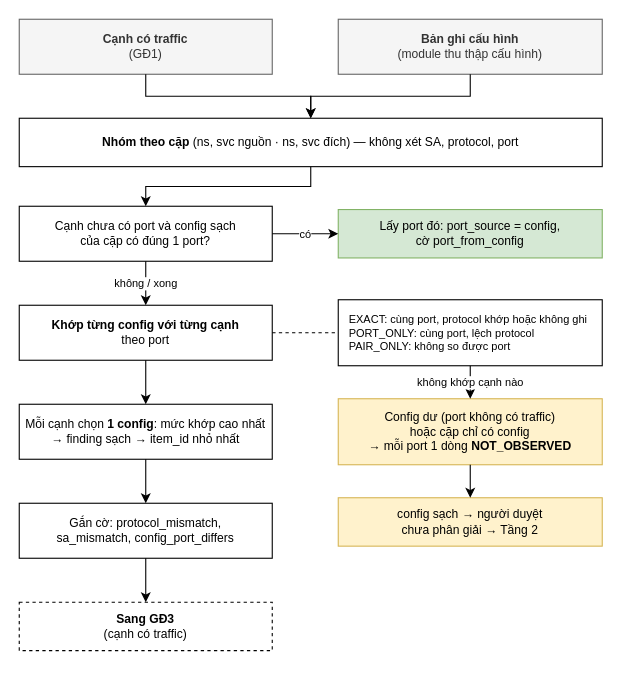
Before: page "T1 GD2 Ghep cau hinh" (2 of 4) of docs/diagrams/tier1_4_giai_doan.drawio in biniter1/KLTN, a draw.io diagram. Source tidied: cells renumbered, new cells numbered last; positions are measured from the earlier drawing's top-left corner, leaving out a move shared by most shapes. Both pictures are drawn from the tidied source at 110%, with x=0, y=0 at pixel (19, 19).
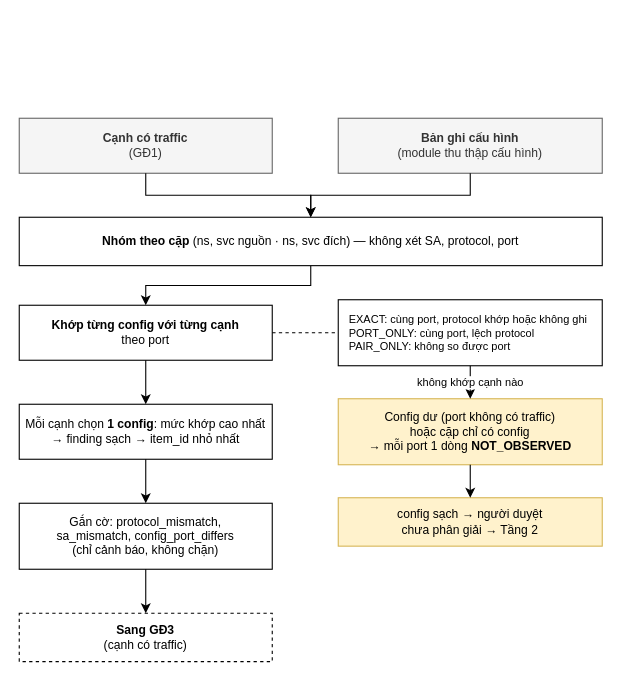
Above is the later version.

Commit message (it also covers changes not shown here):
Tier 1: rút gọn xác định port còn 3 bước (chốt 18/11)

Unchanged cells that the change refers to:
```xml
<mxCell id="11" value="&lt;b&gt;Khớp từng config với từng cạnh&lt;/b&gt;&lt;br&gt;theo port" style="rounded=0;whiteSpace=wrap;html=1;fontSize=11;" parent="1" vertex="1">
  <mxGeometry y="260" width="230" height="50" as="geometry" />
</mxCell>
```

Change to the diagram source:
```diff
@@
     <mxCell id="2" value="&lt;b&gt;Cạnh có traffic&lt;/b&gt;&lt;br&gt;(GĐ1)" style="rounded=0;whiteSpace=wrap;html=1;fontSize=11;fillColor=#f5f5f5;strokeColor=#666666;fontColor=#333333;" parent="1" vertex="1">
-      <mxGeometry width="230" height="50" as="geometry" />
+      <mxGeometry y="90" width="230" height="50" as="geometry" />
     </mxCell>
     <mxCell id="3" value="&lt;b&gt;Bản ghi cấu hình&lt;/b&gt;&lt;br&gt;(module thu thập cấu hình)" style="rounded=0;whiteSpace=wrap;html=1;fontSize=11;fillColor=#f5f5f5;strokeColor=#666666;fontColor=#333333;" parent="1" vertex="1">
-      <mxGeometry x="290" width="240" height="50" as="geometry" />
+      <mxGeometry x="290" y="90" width="240" height="50" as="geometry" />
     </mxCell>
     <mxCell id="4" value="&lt;b&gt;Nhóm theo cặp&lt;/b&gt; (ns, svc nguồn · ns, svc đích) — không xét SA, protocol, port" style="rounded=0;whiteSpace=wrap;html=1;fontSize=11;" parent="1" vertex="1">
-      <mxGeometry y="90" width="530" height="44" as="geometry" />
+      <mxGeometry y="180" width="530" height="44" as="geometry" />
     </mxCell>
@@
-    <mxCell id="7" value="Cạnh chưa có port và config sạch&lt;br&gt;của cặp có đúng 1 port?" style="rounded=0;whiteSpace=wrap;html=1;fontSize=11;" parent="1" vertex="1">
-      <mxGeometry y="170" width="230" height="50" as="geometry" />
-    </mxCell>
-    <mxCell id="8" value="Lấy port đó: port_source = config,&lt;br&gt;cờ port_from_config" style="rounded=0;whiteSpace=wrap;html=1;fontSize=11;fillColor=#d5e8d4;strokeColor=#82b366;" parent="1" vertex="1">
-      <mxGeometry x="290" y="173" width="240" height="44" as="geometry" />
-    </mxCell>
-    <mxCell id="9" style="edgeStyle=orthogonalEdgeStyle;rounded=0;html=1;fontSize=10;" parent="1" edge="1" source="4" target="7">
+    <mxCell id="9" style="edgeStyle=orthogonalEdgeStyle;rounded=0;html=1;fontSize=10;" parent="1" edge="1" source="4" target="11">
       <mxGeometry relative="1" as="geometry" />
     </mxCell>
-    <mxCell id="10" value="có" style="edgeStyle=orthogonalEdgeStyle;rounded=0;html=1;fontSize=10;" parent="1" edge="1" source="7" target="8">
-      <mxGeometry relative="1" as="geometry" />
-    </mxCell>
@@
-    <mxCell id="12" value="không / xong" style="edgeStyle=orthogonalEdgeStyle;rounded=0;html=1;fontSize=10;" parent="1" edge="1" source="7" target="11">
-      <mxGeometry relative="1" as="geometry" />
-    </mxCell>
@@
-    <mxCell id="21" value="Gắn cờ: protocol_mismatch,&lt;br&gt;sa_mismatch, config_port_differs" style="rounded=0;whiteSpace=wrap;html=1;fontSize=11;" parent="1" vertex="1">
-      <mxGeometry y="440" width="230" height="50" as="geometry" />
+    <mxCell id="21" value="Gắn cờ: protocol_mismatch,&lt;br&gt;sa_mismatch, config_port_differs&lt;br&gt;(chỉ cảnh báo, không chặn)" style="rounded=0;whiteSpace=wrap;html=1;fontSize=11;" parent="1" vertex="1">
+      <mxGeometry y="440" width="230" height="60" as="geometry" />
     </mxCell>
@@
     <mxCell id="23" value="&lt;b&gt;Sang GĐ3&lt;/b&gt;&lt;br&gt;(cạnh có traffic)" style="rounded=0;whiteSpace=wrap;html=1;fontSize=11;dashed=1;" parent="1" vertex="1">
-      <mxGeometry y="530" width="230" height="44" as="geometry" />
+      <mxGeometry y="540" width="230" height="44" as="geometry" />
     </mxCell>
```
